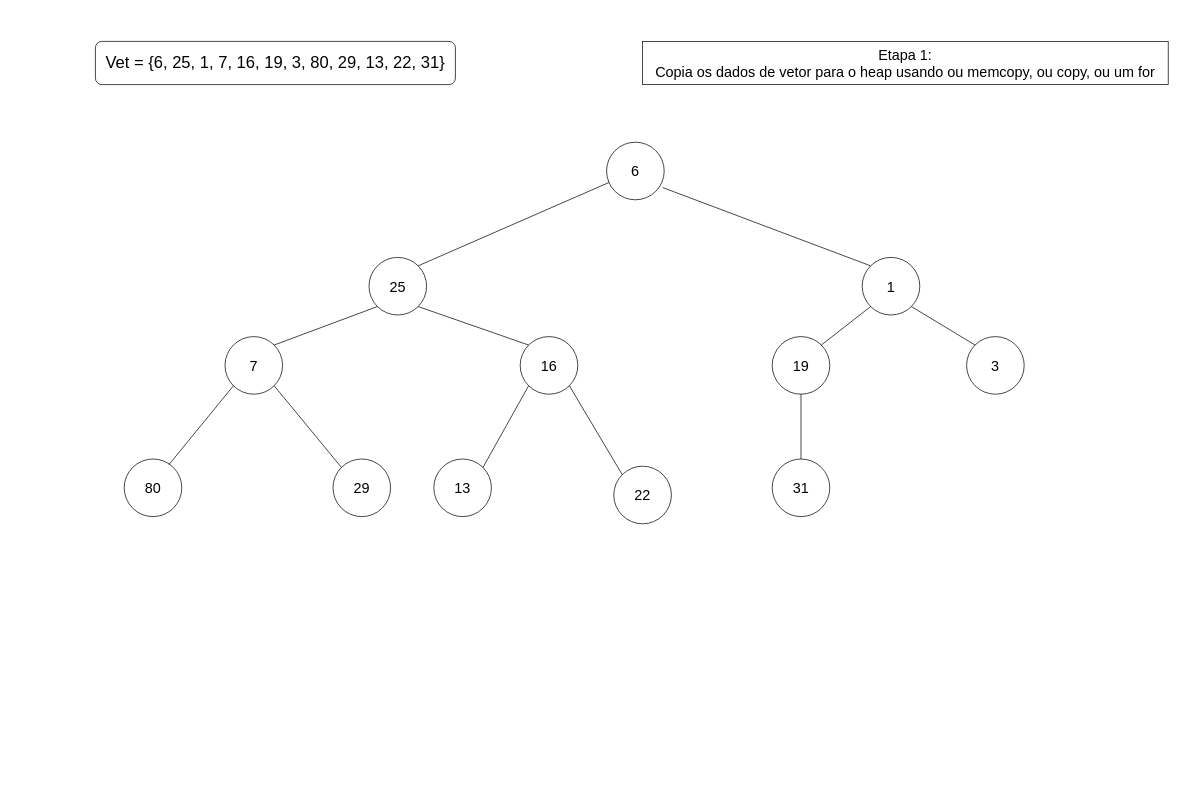
Xang0/Diagramas-de-Estruturas-de-Dado keeps this draw.io diagram as page "Etapa 1" (2 of 21) of Diagrama_Heap.drawio. Above is the earlier version. Source tidied: cells renumbered, new cells numbered last; positions are measured from the earlier drawing's top-left corner, leaving out a move shared by most shapes. Both pictures are drawn from the tidied source at 72%, with x=0, y=0 at pixel (95, 41).
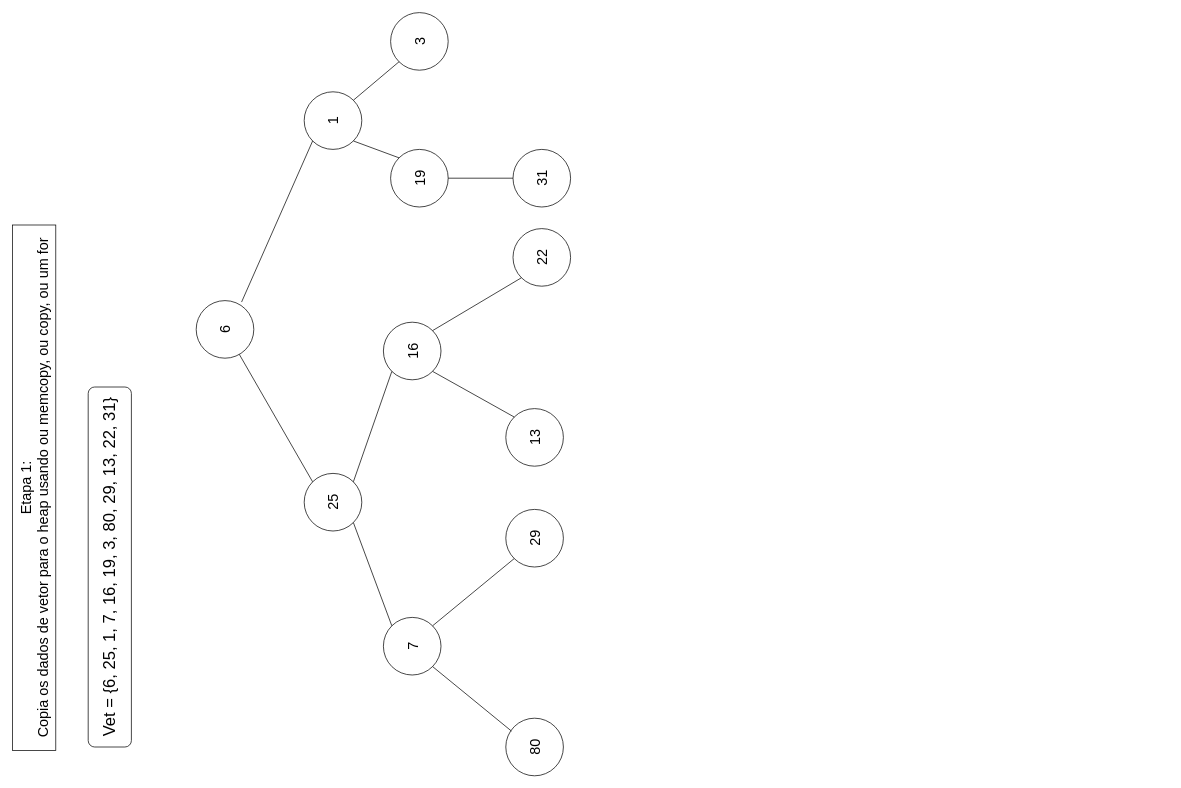
Above is the later version.

Change to the diagram source:
```diff
@@
+    <mxCell id="27" value="&lt;font style=&quot;font-size: 20px;&quot;&gt;Etapa 1:&lt;br&gt;Copia os dados de vetor para o heap usando ou memcopy, ou copy, ou um for&lt;/font&gt;" style="rounded=0;whiteSpace=wrap;html=1;rotation=-90;" parent="1" vertex="1">
+      <mxGeometry x="-450" y="590" width="730" height="60" as="geometry" />
+    </mxCell>
+    <mxCell id="28" style="group;rotation=-90;" parent="1" vertex="1">
+      <mxGeometry x="-230" y="700" width="500" height="60" as="geometry" />
+    </mxCell>
+    <mxCell id="23" style="rounded=1;whiteSpace=wrap;html=1;rotation=-90;" parent="28" vertex="1">
+      <mxGeometry width="500" height="60" as="geometry" />
+    </mxCell>
+    <mxCell id="24" value="&lt;font style=&quot;font-size: 23px;&quot;&gt;Vet = {6,&amp;nbsp;25,&amp;nbsp;1,&amp;nbsp;7,&amp;nbsp;16,&amp;nbsp;19,&amp;nbsp;3,&amp;nbsp;80,&amp;nbsp;29,&amp;nbsp;13,&amp;nbsp;22,&amp;nbsp;31}&lt;/font&gt;" style="text;html=1;align=center;verticalAlign=middle;whiteSpace=wrap;rounded=0;rotation=-90;" parent="28" vertex="1">
+      <mxGeometry width="500" height="60" as="geometry" />
+    </mxCell>
-    <mxCell id="2" value="&lt;font style=&quot;font-size: 20px;&quot;&gt;6&lt;/font&gt;" style="ellipse;whiteSpace=wrap;html=1;" parent="1" vertex="1">
-      <mxGeometry x="710" y="140" width="80" height="80" as="geometry" />
+    <mxCell id="2" value="&lt;font style=&quot;font-size: 20px;&quot;&gt;6&lt;/font&gt;" style="ellipse;whiteSpace=wrap;html=1;rotation=-90;" parent="1" vertex="1">
+      <mxGeometry x="140" y="360" width="80" height="80" as="geometry" />
     </mxCell>
-    <mxCell id="3" value="&lt;font style=&quot;font-size: 20px;&quot;&gt;25&lt;/font&gt;" style="ellipse;whiteSpace=wrap;html=1;" parent="1" vertex="1">
-      <mxGeometry x="380" y="300" width="80" height="80" as="geometry" />
+    <mxCell id="3" value="&lt;font style=&quot;font-size: 20px;&quot;&gt;25&lt;/font&gt;" style="ellipse;whiteSpace=wrap;html=1;rotation=-90;" parent="1" vertex="1">
+      <mxGeometry x="290" y="600" width="80" height="80" as="geometry" />
     </mxCell>
-    <mxCell id="4" value="&lt;font style=&quot;font-size: 20px;&quot;&gt;1&lt;/font&gt;" style="ellipse;whiteSpace=wrap;html=1;" parent="1" vertex="1">
-      <mxGeometry x="1065" y="300" width="80" height="80" as="geometry" />
+    <mxCell id="4" value="&lt;font style=&quot;font-size: 20px;&quot;&gt;1&lt;/font&gt;" style="ellipse;whiteSpace=wrap;html=1;rotation=-90;" parent="1" vertex="1">
+      <mxGeometry x="290" y="70" width="80" height="80" as="geometry" />
     </mxCell>
@@
-    <mxCell id="7" value="&lt;font style=&quot;font-size: 20px;&quot;&gt;7&lt;/font&gt;" style="ellipse;whiteSpace=wrap;html=1;" parent="1" vertex="1">
-      <mxGeometry x="180" y="410" width="80" height="80" as="geometry" />
+    <mxCell id="7" value="&lt;font style=&quot;font-size: 20px;&quot;&gt;7&lt;/font&gt;" style="ellipse;whiteSpace=wrap;html=1;rotation=-90;" parent="1" vertex="1">
+      <mxGeometry x="400" y="800" width="80" height="80" as="geometry" />
     </mxCell>
-    <mxCell id="8" value="&lt;font style=&quot;font-size: 20px;&quot;&gt;16&lt;/font&gt;" style="ellipse;whiteSpace=wrap;html=1;" parent="1" vertex="1">
-      <mxGeometry x="590" y="410" width="80" height="80" as="geometry" />
+    <mxCell id="8" value="&lt;font style=&quot;font-size: 20px;&quot;&gt;16&lt;/font&gt;" style="ellipse;whiteSpace=wrap;html=1;rotation=-90;" parent="1" vertex="1">
+      <mxGeometry x="400" y="390" width="80" height="80" as="geometry" />
     </mxCell>
@@
-    <mxCell id="11" value="&lt;font style=&quot;font-size: 20px;&quot;&gt;22&lt;/font&gt;" style="ellipse;whiteSpace=wrap;html=1;" parent="1" vertex="1">
-      <mxGeometry x="720" y="590" width="80" height="80" as="geometry" />
+    <mxCell id="11" value="&lt;font style=&quot;font-size: 20px;&quot;&gt;22&lt;/font&gt;" style="ellipse;whiteSpace=wrap;html=1;rotation=-90;" parent="1" vertex="1">
+      <mxGeometry x="580" y="260" width="80" height="80" as="geometry" />
     </mxCell>
-    <mxCell id="12" value="&lt;font style=&quot;font-size: 20px;&quot;&gt;13&lt;/font&gt;" style="ellipse;whiteSpace=wrap;html=1;" parent="1" vertex="1">
-      <mxGeometry x="470" y="580" width="80" height="80" as="geometry" />
+    <mxCell id="12" value="&lt;font style=&quot;font-size: 20px;&quot;&gt;13&lt;/font&gt;" style="ellipse;whiteSpace=wrap;html=1;rotation=-90;" parent="1" vertex="1">
+      <mxGeometry x="570" y="510" width="80" height="80" as="geometry" />
     </mxCell>
@@
-    <mxCell id="15" value="&lt;font style=&quot;font-size: 20px;&quot;&gt;29&lt;/font&gt;" style="ellipse;whiteSpace=wrap;html=1;" parent="1" vertex="1">
-      <mxGeometry x="330" y="580" width="80" height="80" as="geometry" />
+    <mxCell id="15" value="&lt;font style=&quot;font-size: 20px;&quot;&gt;29&lt;/font&gt;" style="ellipse;whiteSpace=wrap;html=1;rotation=-90;" parent="1" vertex="1">
+      <mxGeometry x="570" y="650" width="80" height="80" as="geometry" />
     </mxCell>
-    <mxCell id="16" value="&lt;font style=&quot;font-size: 20px;&quot;&gt;80&lt;/font&gt;" style="ellipse;whiteSpace=wrap;html=1;" parent="1" vertex="1">
-      <mxGeometry x="40" y="580" width="80" height="80" as="geometry" />
+    <mxCell id="16" value="&lt;font style=&quot;font-size: 20px;&quot;&gt;80&lt;/font&gt;" style="ellipse;whiteSpace=wrap;html=1;rotation=-90;" parent="1" vertex="1">
+      <mxGeometry x="570" y="940" width="80" height="80" as="geometry" />
     </mxCell>
@@
-    <mxCell id="19" value="&lt;font style=&quot;font-size: 20px;&quot;&gt;19&lt;/font&gt;" style="ellipse;whiteSpace=wrap;html=1;" parent="1" vertex="1">
-      <mxGeometry x="940" y="410" width="80" height="80" as="geometry" />
+    <mxCell id="19" value="&lt;font style=&quot;font-size: 20px;&quot;&gt;19&lt;/font&gt;" style="ellipse;whiteSpace=wrap;html=1;rotation=-90;" parent="1" vertex="1">
+      <mxGeometry x="410" y="150" width="80" height="80" as="geometry" />
     </mxCell>
-    <mxCell id="20" value="&lt;font style=&quot;font-size: 20px;&quot;&gt;3&lt;/font&gt;" style="ellipse;whiteSpace=wrap;html=1;" parent="1" vertex="1">
-      <mxGeometry x="1210" y="410" width="80" height="80" as="geometry" />
+    <mxCell id="20" value="&lt;font style=&quot;font-size: 20px;&quot;&gt;3&lt;/font&gt;" style="ellipse;whiteSpace=wrap;html=1;rotation=-90;" parent="1" vertex="1">
+      <mxGeometry x="410" y="-40" width="80" height="80" as="geometry" />
     </mxCell>
@@
-    <mxCell id="23" style="rounded=1;whiteSpace=wrap;html=1;" parent="1" vertex="1">
-      <mxGeometry width="500" height="60" as="geometry" />
-    </mxCell>
-    <mxCell id="24" value="&lt;font style=&quot;font-size: 23px;&quot;&gt;Vet = {6,&amp;nbsp;25,&amp;nbsp;1,&amp;nbsp;7,&amp;nbsp;16,&amp;nbsp;19,&amp;nbsp;3,&amp;nbsp;80,&amp;nbsp;29,&amp;nbsp;13,&amp;nbsp;22,&amp;nbsp;31}&lt;/font&gt;" style="text;html=1;align=center;verticalAlign=middle;whiteSpace=wrap;rounded=0;" parent="1" vertex="1">
-      <mxGeometry width="500" height="60" as="geometry" />
-    </mxCell>
-    <mxCell id="25" value="&lt;font style=&quot;font-size: 20px;&quot;&gt;31&lt;/font&gt;" style="ellipse;whiteSpace=wrap;html=1;" parent="1" vertex="1">
-      <mxGeometry x="940" y="580" width="80" height="80" as="geometry" />
+    <mxCell id="25" value="&lt;font style=&quot;font-size: 20px;&quot;&gt;31&lt;/font&gt;" style="ellipse;whiteSpace=wrap;html=1;rotation=-90;" parent="1" vertex="1">
+      <mxGeometry x="580" y="150" width="80" height="80" as="geometry" />
     </mxCell>
@@
-    <mxCell id="27" value="&lt;font style=&quot;font-size: 20px;&quot;&gt;Etapa 1:&lt;br&gt;Copia os dados de vetor para o heap usando ou memcopy, ou copy, ou um for&lt;/font&gt;" style="rounded=0;whiteSpace=wrap;html=1;" parent="1" vertex="1">
-      <mxGeometry x="760" width="730" height="60" as="geometry" />
-    </mxCell>
```
